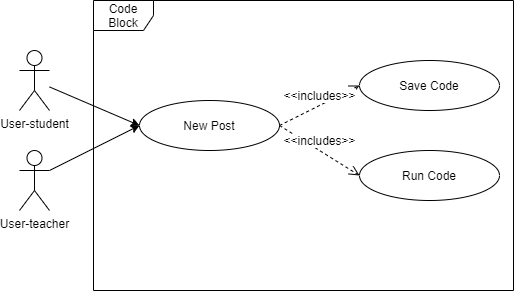
Before: Documentation/final report/Doc/Pics/code_use-case.png, a diagram exported from draw.io (yuchitoto/CSCI3100-Project). Source tidied: cells renumbered, new cells last; positions are measured from the earlier drawing's top-left corner, leaving out a move shared by most shapes.
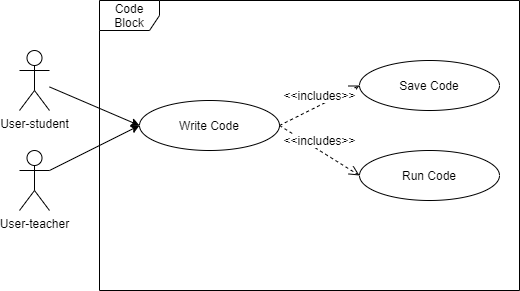
Above is the later version.

The edit, as a diff of the source:
```diff
@@ -5,7 +5,7 @@
     <mxCell id="2" value="User-student" style="shape=umlActor;verticalLabelPosition=bottom;labelBackgroundColor=#ffffff;verticalAlign=top;html=1;" parent="1" vertex="1">
       <mxGeometry y="50" width="30" height="60" as="geometry" />
     </mxCell>
-    <mxCell id="3" value="New Post" style="ellipse;whiteSpace=wrap;html=1;" parent="1" vertex="1">
+    <mxCell id="3" value="Write Code" style="ellipse;whiteSpace=wrap;html=1;" parent="1" vertex="1">
       <mxGeometry x="120" y="100" width="140" height="50" as="geometry" />
     </mxCell>
     <mxCell id="4" value="Save Code" style="ellipse;whiteSpace=wrap;html=1;" parent="1" vertex="1">
@@ -15,7 +15,7 @@
       <mxGeometry relative="1" as="geometry" />
     </mxCell>
     <mxCell id="6" value="Code Block" style="shape=umlFrame;whiteSpace=wrap;html=1;" parent="1" vertex="1">
-      <mxGeometry x="74" width="420" height="290" as="geometry" />
+      <mxGeometry x="80" width="420" height="290" as="geometry" />
     </mxCell>
     <mxCell id="7" value="User-teacher" style="shape=umlActor;verticalLabelPosition=bottom;labelBackgroundColor=#ffffff;verticalAlign=top;html=1;" parent="1" vertex="1">
       <mxGeometry y="150" width="30" height="60" as="geometry" />
```
